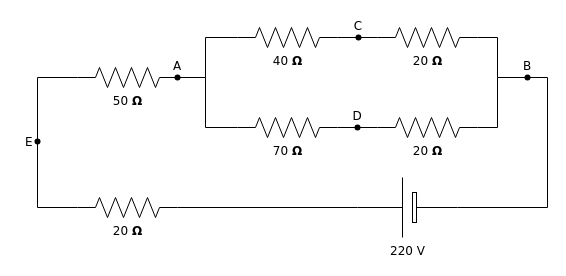
The draw.io diagram Untitled Diagram.drawio in jeroensamoey/drawio, before the edit. Source tidied: cells renumbered, new cells numbered last; positions are measured from the earlier drawing's top-left corner, leaving out a move shared by most shapes. Both pictures are drawn from the tidied source at 100%, with x=0, y=0 at pixel (17, 17).
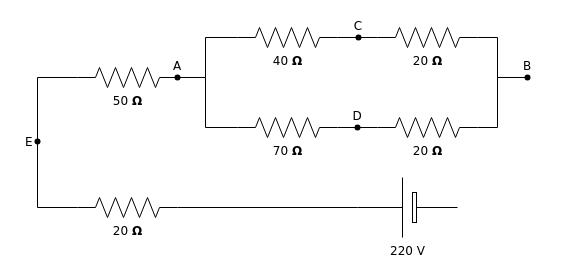
After the change.

Unchanged cells that the change refers to:
```xml
<mxCell id="17" value="220 V" style="verticalLabelPosition=bottom;shadow=0;dashed=0;align=center;fillColor=default;html=1;verticalAlign=top;strokeWidth=1;shape=mxgraph.electrical.miscellaneous.monocell_battery;rounded=1;comic=0;labelBackgroundColor=none;fontFamily=Verdana;fontSize=12;flipH=1;" parent="1" vertex="1">
  <mxGeometry x="340" y="160" width="100" height="60" as="geometry" />
</mxCell>
<mxCell id="18" value="B" style="shape=waypoint;sketch=0;fillStyle=solid;size=6;points=[];fillColor=none;perimeter=centerPerimeter;snapToPoint=1;verticalAlign=top;spacingBottom=0;spacingTop=-5;fontFamily=Verdana;fontSize=12;" parent="1" vertex="1">
  <mxGeometry x="490" y="40" width="40" height="40" as="geometry" />
</mxCell>
```

Diff of the diagram source:
```diff
@@
-    <mxCell id="16" style="edgeStyle=orthogonalEdgeStyle;rounded=0;html=1;exitX=0;exitY=0.5;exitPerimeter=0;labelBackgroundColor=none;startArrow=none;startFill=0;startSize=5;endArrow=none;endFill=0;endSize=5;jettySize=auto;strokeWidth=1;fontFamily=Verdana;fontSize=12;" parent="1" edge="1" source="17" target="18">
-      <mxGeometry relative="1" as="geometry">
-        <Array as="points">
-          <mxPoint x="530" y="190" />
-          <mxPoint x="530" y="60" />
-        </Array>
-      </mxGeometry>
-    </mxCell>
```
